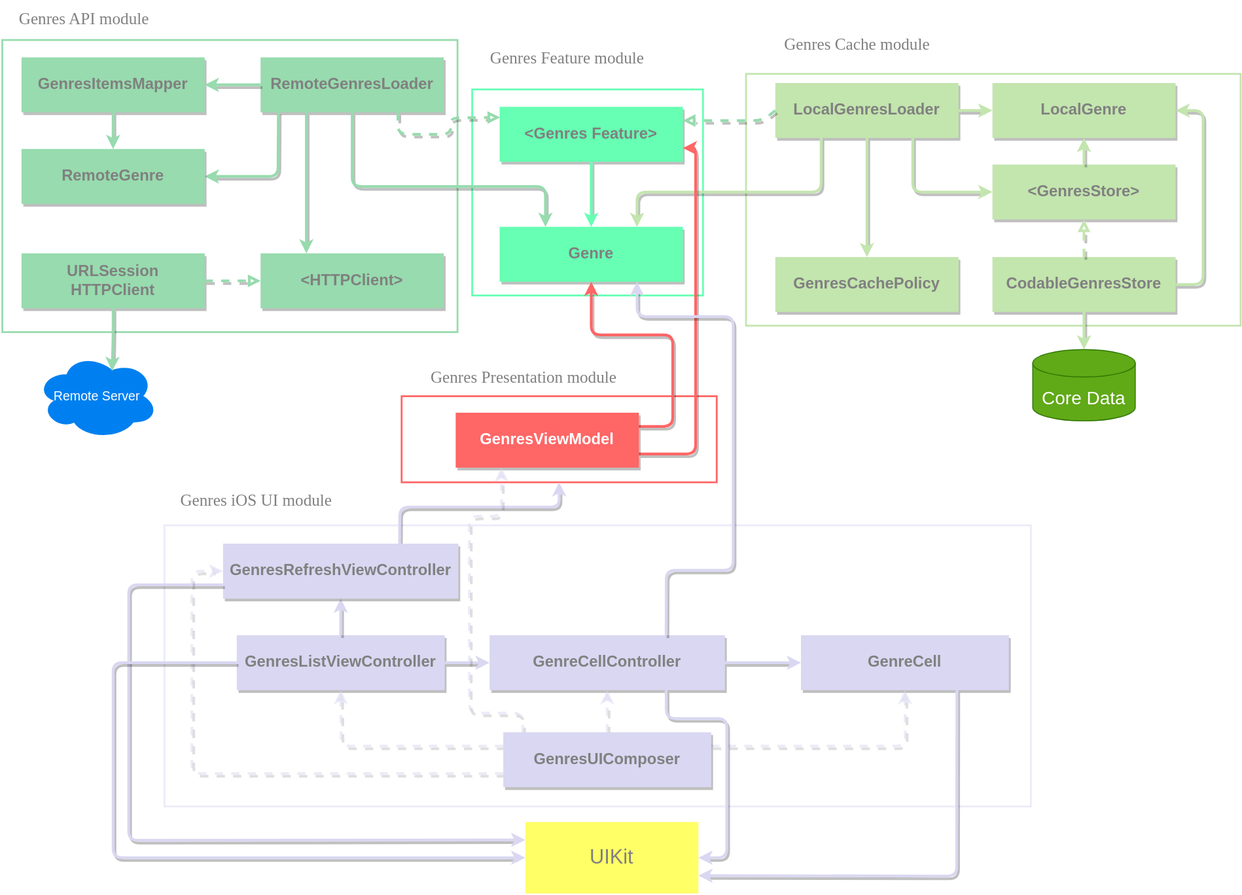
Before: Podcasts Genres List/Genres List UI/dependency.drawio.svg, a diagram exported from draw.io (alexnikol/AnyCast). Source tidied: cells renumbered, new cells last; positions are measured from the earlier drawing's top-left corner, leaving out a move shared by most shapes.
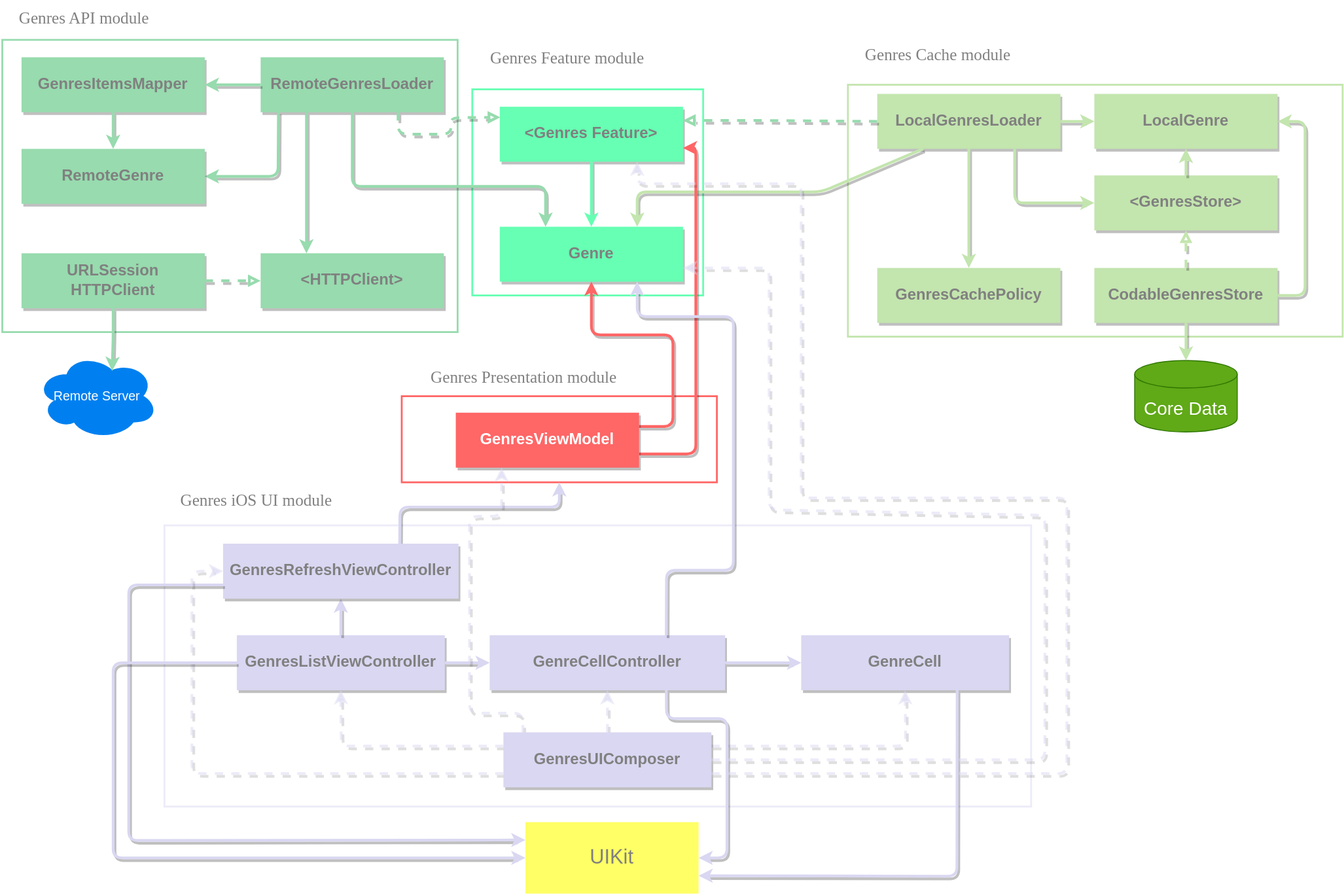
Later version of the same file.

Commit message:
Dependency diagram updated

Change to the diagram source:
```diff
@@ -9,7 +9,7 @@
       <mxGeometry x="515" y="97" width="252" height="225" as="geometry" />
     </mxCell>
     <mxCell id="4" style="rounded=0;whiteSpace=wrap;html=1;strokeWidth=2;strokeColor=#C3E5AE;fillColor=none;" parent="1" vertex="1">
-      <mxGeometry x="814" y="80" width="540" height="275" as="geometry" />
+      <mxGeometry x="925" y="92" width="540" height="275" as="geometry" />
     </mxCell>
     <mxCell id="5" style="rounded=0;whiteSpace=wrap;html=1;strokeWidth=2;strokeColor=#97DBAE;fillColor=none;" parent="1" vertex="1">
       <mxGeometry x="2" y="43" width="497" height="319" as="geometry" />
@@ -80,10 +80,10 @@
       <mxGeometry width="183" height="40" as="geometry" />
     </mxCell>
     <mxCell id="21" value="LocalGenresLoader" style="rounded=0;whiteSpace=wrap;html=1;fontSize=17;fontColor=#808080;strokeColor=none;strokeWidth=3;fillColor=#C3E5AE;fontStyle=1;gradientColor=none;shadow=1;" parent="1" vertex="1">
-      <mxGeometry x="846" y="90" width="200" height="60" as="geometry" />
+      <mxGeometry x="957" y="102" width="200" height="60" as="geometry" />
     </mxCell>
     <mxCell id="22" value="LocalGenre" style="rounded=0;whiteSpace=wrap;html=1;fontSize=17;fontColor=#808080;strokeColor=none;strokeWidth=3;fillColor=#C3E5AE;fontStyle=1;gradientColor=none;shadow=1;" parent="1" vertex="1">
-      <mxGeometry x="1083" y="90" width="200" height="60" as="geometry" />
+      <mxGeometry x="1194" y="102" width="200" height="60" as="geometry" />
     </mxCell>
     <mxCell id="23" style="edgeStyle=none;html=1;exitX=1;exitY=0.5;exitDx=0;exitDy=0;fontSize=17;fontColor=#999900;strokeColor=#C3E5AE;fillColor=#a20025;strokeWidth=3;shadow=1;entryX=0;entryY=0.5;entryDx=0;entryDy=0;" parent="1" edge="1" source="21" target="22">
       <mxGeometry relative="1" as="geometry" />
@@ -111,13 +111,13 @@
       </mxGeometry>
     </mxCell>
     <mxCell id="28" value="&lt;font style=&quot;font-size: 18px&quot;&gt;Genres Cache module&lt;/font&gt;" style="text;html=1;strokeColor=none;fillColor=none;align=center;verticalAlign=middle;whiteSpace=wrap;rounded=0;fontFamily=Verdana;fontSize=18;fontColor=#808080;" parent="1" vertex="1">
-      <mxGeometry x="832" y="28" width="207" height="40" as="geometry" />
+      <mxGeometry x="920" y="40" width="207" height="40" as="geometry" />
     </mxCell>
     <mxCell id="29" value="&lt;font style=&quot;font-size: 18px&quot;&gt;Genres Feature module&lt;/font&gt;" style="text;html=1;strokeColor=none;fillColor=none;align=center;verticalAlign=middle;whiteSpace=wrap;rounded=0;fontFamily=Verdana;fontSize=18;fontColor=#808080;" parent="1" vertex="1">
       <mxGeometry x="511" y="43" width="216" height="40" as="geometry" />
     </mxCell>
     <mxCell id="30" value="&amp;lt;GenresStore&amp;gt;" style="rounded=0;whiteSpace=wrap;html=1;fontSize=17;fontColor=#808080;strokeColor=none;strokeWidth=3;fillColor=#C3E5AE;fontStyle=1;gradientColor=none;shadow=1;" parent="1" vertex="1">
-      <mxGeometry x="1083" y="179" width="200" height="60" as="geometry" />
+      <mxGeometry x="1194" y="191" width="200" height="60" as="geometry" />
     </mxCell>
     <mxCell id="31" style="edgeStyle=none;html=1;fontSize=17;fontColor=#999900;strokeColor=#C3E5AE;fillColor=#a20025;strokeWidth=3;shadow=1;entryX=0.5;entryY=1;entryDx=0;entryDy=0;exitX=0.5;exitY=0;exitDx=0;exitDy=0;" parent="1" edge="1" source="30" target="22">
       <mxGeometry relative="1" as="geometry" />
@@ -125,7 +125,7 @@
     <mxCell id="32" style="edgeStyle=none;html=1;exitX=0.75;exitY=1;exitDx=0;exitDy=0;fontSize=17;fontColor=#999900;strokeColor=#C3E5AE;fillColor=#a20025;strokeWidth=3;shadow=1;entryX=0;entryY=0.5;entryDx=0;entryDy=0;" parent="1" edge="1" source="21" target="30">
       <mxGeometry relative="1" as="geometry">
         <Array as="points">
-          <mxPoint x="996" y="209" />
+          <mxPoint x="1107" y="221" />
         </Array>
       </mxGeometry>
     </mxCell>
@@ -151,21 +151,21 @@
       </mxGeometry>
     </mxCell>
     <mxCell id="37" value="GenresCachePolicy" style="rounded=0;whiteSpace=wrap;html=1;fontSize=17;fontColor=#808080;strokeColor=none;strokeWidth=3;fillColor=#C3E5AE;fontStyle=1;gradientColor=none;shadow=1;" parent="1" vertex="1">
-      <mxGeometry x="846" y="280" width="200" height="60" as="geometry" />
+      <mxGeometry x="957" y="292" width="200" height="60" as="geometry" />
     </mxCell>
     <mxCell id="38" value="CodableGenresStore" style="rounded=0;whiteSpace=wrap;html=1;fontSize=17;fontColor=#808080;strokeColor=none;strokeWidth=3;fillColor=#C3E5AE;fontStyle=1;gradientColor=none;shadow=1;" parent="1" vertex="1">
-      <mxGeometry x="1083" y="280" width="200" height="60" as="geometry" />
+      <mxGeometry x="1194" y="292" width="200" height="60" as="geometry" />
     </mxCell>
     <mxCell id="39" style="edgeStyle=none;html=1;fontSize=17;fontColor=#999900;strokeColor=#C3E5AE;fillColor=#a20025;strokeWidth=3;shadow=1;entryX=1;entryY=0.5;entryDx=0;entryDy=0;exitX=1;exitY=0.5;exitDx=0;exitDy=0;" parent="1" edge="1" source="38" target="22">
       <mxGeometry relative="1" as="geometry">
         <Array as="points">
-          <mxPoint x="1313" y="310" />
-          <mxPoint x="1313" y="120" />
+          <mxPoint x="1424" y="322" />
+          <mxPoint x="1424" y="132" />
         </Array>
       </mxGeometry>
     </mxCell>
     <mxCell id="40" value="Core Data" style="shape=cylinder3;whiteSpace=wrap;html=1;boundedLbl=1;backgroundOutline=1;size=15;fillColor=#60a917;fontColor=#fff;strokeColor=#2D7600;fontSize=20;" parent="1" vertex="1">
-      <mxGeometry x="1127" y="381" width="112" height="78" as="geometry" />
+      <mxGeometry x="1238" y="393" width="112" height="78" as="geometry" />
     </mxCell>
     <mxCell id="41" style="edgeStyle=none;html=1;exitX=0.5;exitY=0;exitDx=0;exitDy=0;fontSize=17;fontColor=#999900;strokeColor=#C3E5AE;fillColor=#a20025;strokeWidth=3;rounded=1;dashed=1;shadow=1;endArrow=block;endFill=0;entryX=0.5;entryY=1;entryDx=0;entryDy=0;" parent="1" edge="1" source="38" target="30">
       <mxGeometry relative="1" as="geometry" />
@@ -319,5 +319,27 @@
     <mxCell id="69" value="&lt;span&gt;GenresUIComposer&lt;/span&gt;" style="rounded=0;whiteSpace=wrap;html=1;fontSize=17;fontColor=#808080;strokeColor=none;strokeWidth=3;fillColor=#D9D7F1;fontStyle=1;gradientColor=none;shadow=1;" parent="1" vertex="1">
       <mxGeometry x="549" y="799" width="227" height="60" as="geometry" />
     </mxCell>
+    <mxCell id="70" style="edgeStyle=none;html=1;exitX=1;exitY=0.75;exitDx=0;exitDy=0;fontSize=17;fontColor=#999900;strokeColor=#D9D7F1;fillColor=#a20025;strokeWidth=3;rounded=1;dashed=1;shadow=1;opacity=50;entryX=0.75;entryY=1;entryDx=0;entryDy=0;" parent="1" edge="1" source="69" target="9">
+      <mxGeometry relative="1" as="geometry">
+        <Array as="points">
+          <mxPoint x="1164" y="844" />
+          <mxPoint x="1164" y="543" />
+          <mxPoint x="874" y="543" />
+          <mxPoint x="874" y="200" />
+          <mxPoint x="806" y="200" />
+          <mxPoint x="695" y="200" />
+        </Array>
+      </mxGeometry>
+    </mxCell>
+    <mxCell id="71" style="edgeStyle=none;html=1;exitX=1;exitY=0.5;exitDx=0;exitDy=0;fontSize=17;fontColor=#999900;strokeColor=#D9D7F1;fillColor=#a20025;strokeWidth=3;rounded=1;dashed=1;shadow=1;opacity=50;entryX=1;entryY=0.75;entryDx=0;entryDy=0;" parent="1" edge="1" source="69" target="24">
+      <mxGeometry relative="1" as="geometry">
+        <Array as="points">
+          <mxPoint x="1140" y="829" />
+          <mxPoint x="1140" y="562" />
+          <mxPoint x="839" y="556" />
+          <mxPoint x="839" y="292" />
+        </Array>
+      </mxGeometry>
+    </mxCell>
   </root>
 </mxGraphModel>
```
